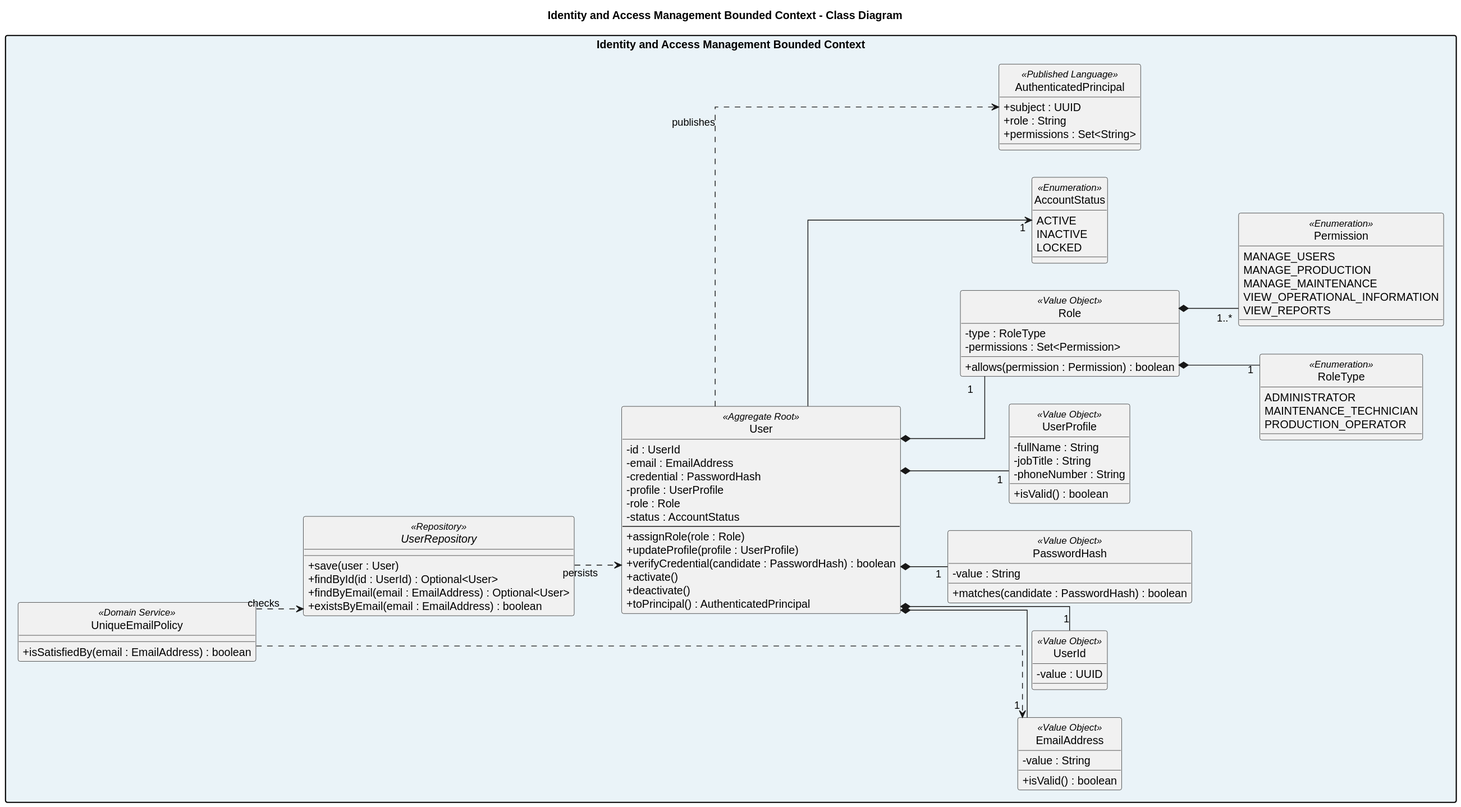
The PlantUML diagram assets/Images Chapter 4/Software Object-Oriented Design/Class Diagrams/identity-access-management-class-diagram.svg in Vanguard-app-web/molinex-report, before a commit.
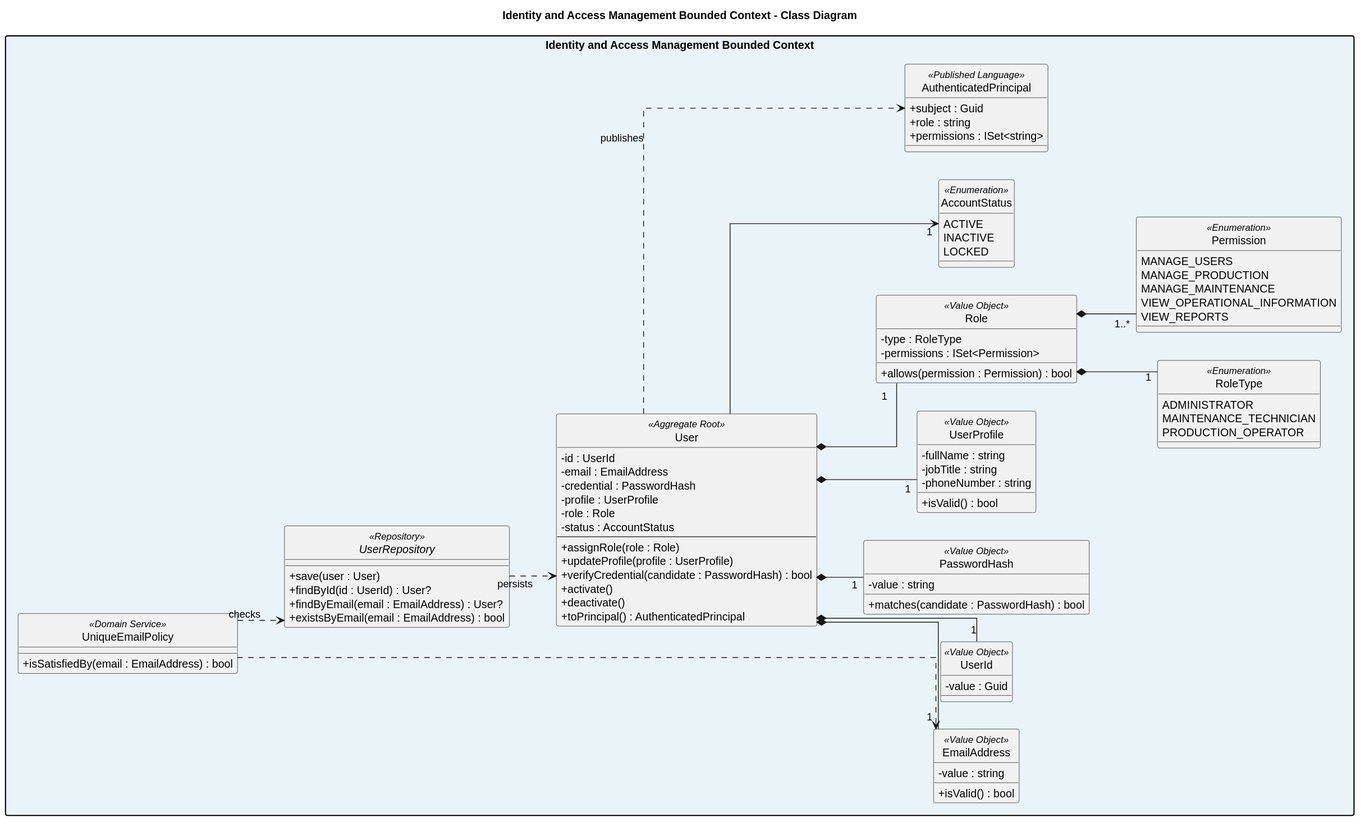
Later version of the same file.

Diff of the diagram source:
```diff
@@ -18,37 +18,37 @@
     --
     +assignRole(role : Role)
     +updateProfile(profile : UserProfile)
-    +verifyCredential(candidate : PasswordHash) : boolean
+    +verifyCredential(candidate : PasswordHash) : bool
     +activate()
     +deactivate()
     +toPrincipal() : AuthenticatedPrincipal
   }
 
   class UserId <<Value Object>> {
-    -value : UUID
+    -value : Guid
   }
 
   class EmailAddress <<Value Object>> {
-    -value : String
-    +isValid() : boolean
+    -value : string
+    +isValid() : bool
   }
 
   class PasswordHash <<Value Object>> {
-    -value : String
-    +matches(candidate : PasswordHash) : boolean
+    -value : string
+    +matches(candidate : PasswordHash) : bool
   }
 
   class UserProfile <<Value Object>> {
-    -fullName : String
-    -jobTitle : String
-    -phoneNumber : String
-    +isValid() : boolean
+    -fullName : string
+    -jobTitle : string
+    -phoneNumber : string
+    +isValid() : bool
   }
 
   class Role <<Value Object>> {
     -type : RoleType
-    -permissions : Set<Permission>
-    +allows(permission : Permission) : boolean
+    -permissions : ISet<Permission>
+    +allows(permission : Permission) : bool
   }
 
   enum RoleType <<Enumeration>> {
@@ -72,20 +72,20 @@
   }
 
   class AuthenticatedPrincipal <<Published Language>> {
-    +subject : UUID
-    +role : String
-    +permissions : Set<String>
+    +subject : Guid
+    +role : string
+    +permissions : ISet<string>
   }
 
   class UniqueEmailPolicy <<Domain Service>> {
-    +isSatisfiedBy(email : EmailAddress) : boolean
+    +isSatisfiedBy(email : EmailAddress) : bool
   }
 
   interface UserRepository <<Repository>> {
     +save(user : User)
-    +findById(id : UserId) : Optional<User>
-    +findByEmail(email : EmailAddress) : Optional<User>
-    +existsByEmail(email : EmailAddress) : boolean
+    +findById(id : UserId) : User?
+    +findByEmail(email : EmailAddress) : User?
+    +existsByEmail(email : EmailAddress) : bool
   }
 }
 
```
